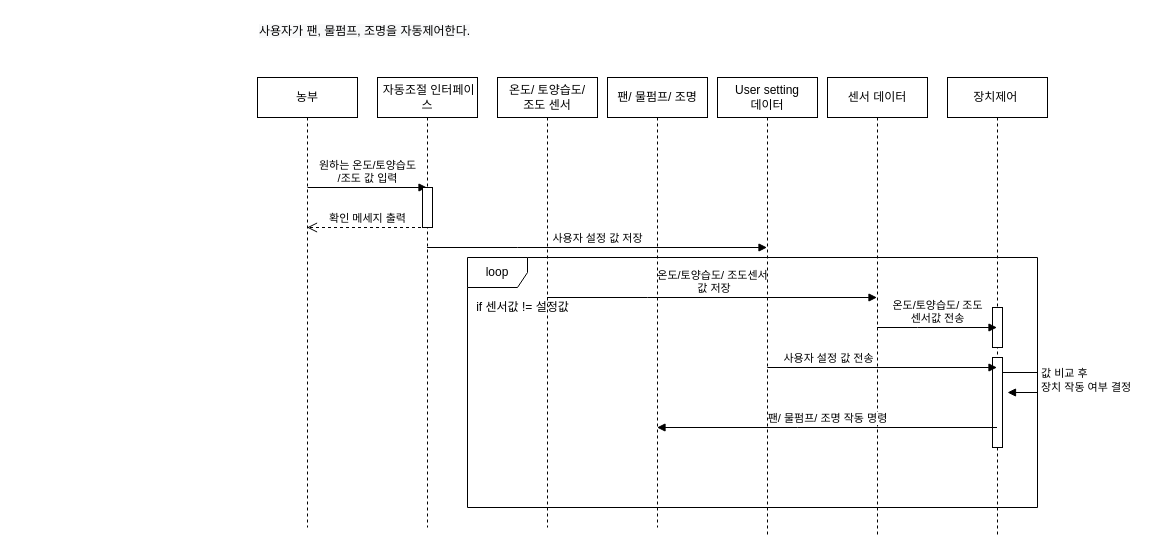
This is 5주차/시퀀스 다이어그램/auto_sqd.drawio from sonmyungwon/Software-Development, a draw.io file, before an edit. Source tidied: cells renumbered, new cells numbered last; positions are measured from the earlier drawing's top-left corner, leaving out a move shared by most shapes. Both pictures are drawn from the tidied source at 100%, with x=0, y=0 at pixel (257, 17).
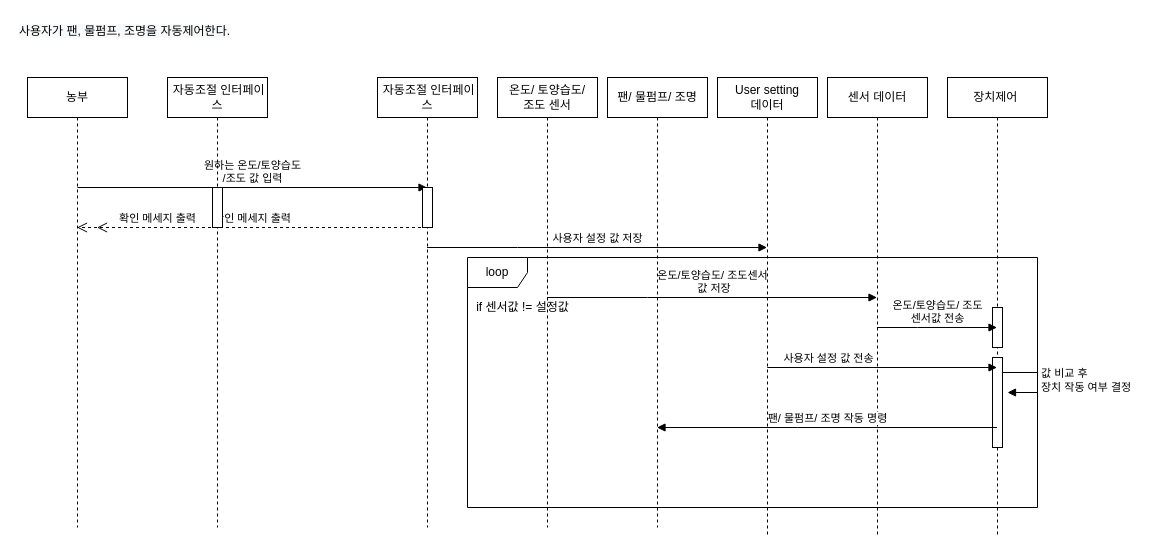
Above is the later version.

The edit, as a diff of the source:
```diff
@@
     <mxCell id="3" value="&lt;span style=&quot;color: rgb(0, 0, 0); font-family: Helvetica; font-size: 12px; font-style: normal; font-variant-ligatures: normal; font-variant-caps: normal; font-weight: 400; letter-spacing: normal; orphans: 2; text-align: center; text-indent: 0px; text-transform: none; widows: 2; word-spacing: 0px; -webkit-text-stroke-width: 0px; background-color: rgb(248, 249, 250); text-decoration-thickness: initial; text-decoration-style: initial; text-decoration-color: initial; float: none; display: inline !important;&quot;&gt;사용자가 팬, 물펌프, 조명을 자동제어한다.&lt;/span&gt;" style="text;whiteSpace=wrap;html=1;" parent="1" vertex="1">
-      <mxGeometry width="260" height="40" as="geometry" />
+      <mxGeometry x="-240" width="260" height="40" as="geometry" />
     </mxCell>
     <mxCell id="4" value="농부" style="shape=umlLifeline;perimeter=lifelinePerimeter;whiteSpace=wrap;html=1;outlineConnect=0;" parent="1" vertex="1">
-      <mxGeometry y="60" width="100" height="450" as="geometry" />
+      <mxGeometry x="-230" y="60" width="100" height="450" as="geometry" />
     </mxCell>
@@
+    <mxCell id="23" value="&amp;nbsp;자동조절 인터페이스" style="shape=umlLifeline;perimeter=lifelinePerimeter;whiteSpace=wrap;html=1;" parent="1" vertex="1">
+      <mxGeometry x="-90" y="60" width="100" height="450" as="geometry" />
+    </mxCell>
+    <mxCell id="24" value="확인 메세지 출력" style="html=1;verticalAlign=bottom;endArrow=open;dashed=1;endSize=8;rounded=0;" parent="23" edge="1">
+      <mxGeometry relative="1" as="geometry">
+        <mxPoint x="49.5" y="150" as="sourcePoint" />
+        <mxPoint x="-70.5" y="150" as="targetPoint" />
+        <Array as="points">
+          <mxPoint x="20" y="150" />
+        </Array>
+      </mxGeometry>
+    </mxCell>
+    <mxCell id="25" style="html=1;perimeter=orthogonalPerimeter;" parent="23" vertex="1">
+      <mxGeometry x="45" y="110" width="10" height="40" as="geometry" />
+    </mxCell>
```
